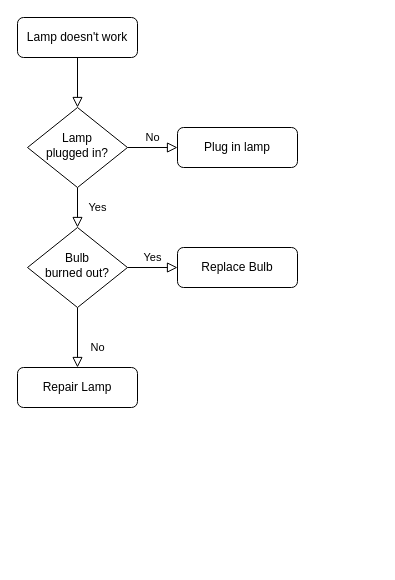
Earlier version of the draw.io diagram Untitled Diagram.drawio (ZYMASK/found-work-test). Source tidied: cells renumbered, new cells numbered last; positions are measured from the earlier drawing's top-left corner, leaving out a move shared by most shapes. Both pictures are drawn from the tidied source at 100%, with x=0, y=0 at pixel (17, 17).
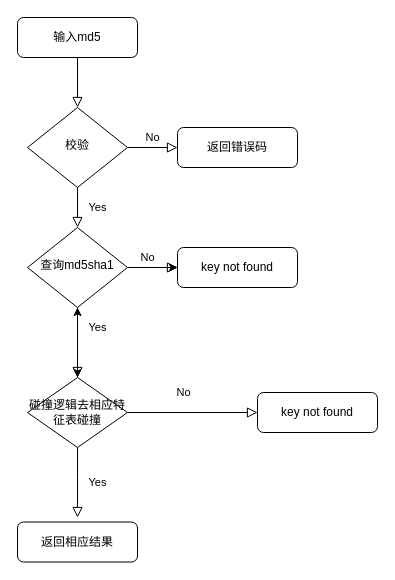
The same diagram, later.

The edit, as a diff of the source:
```diff
@@
-    <mxCell id="3" value="Lamp doesn't work" style="rounded=1;whiteSpace=wrap;html=1;fontSize=12;glass=0;strokeWidth=1;shadow=0;" parent="1" vertex="1">
+    <mxCell id="3" value="输入md5" style="rounded=1;whiteSpace=wrap;html=1;fontSize=12;glass=0;strokeWidth=1;shadow=0;" parent="1" vertex="1">
       <mxGeometry width="120" height="40" as="geometry" />
     </mxCell>
@@
-    <mxCell id="6" value="Lamp&lt;br&gt;plugged in?" style="rhombus;whiteSpace=wrap;html=1;shadow=0;fontFamily=Helvetica;fontSize=12;align=center;strokeWidth=1;spacing=6;spacingTop=-4;" parent="1" vertex="1">
+    <mxCell id="6" value="校验" style="rhombus;whiteSpace=wrap;html=1;shadow=0;fontFamily=Helvetica;fontSize=12;align=center;strokeWidth=1;spacing=6;spacingTop=-4;" parent="1" vertex="1">
       <mxGeometry x="10" y="90" width="100" height="80" as="geometry" />
     </mxCell>
-    <mxCell id="7" value="Plug in lamp" style="rounded=1;whiteSpace=wrap;html=1;fontSize=12;glass=0;strokeWidth=1;shadow=0;" parent="1" vertex="1">
+    <mxCell id="7" value="返回错误码" style="rounded=1;whiteSpace=wrap;html=1;fontSize=12;glass=0;strokeWidth=1;shadow=0;" parent="1" vertex="1">
       <mxGeometry x="160" y="110" width="120" height="40" as="geometry" />
     </mxCell>
-    <mxCell id="8" value="No" style="rounded=0;html=1;jettySize=auto;fontSize=11;endArrow=block;endFill=0;endSize=8;strokeWidth=1;shadow=0;labelBackgroundColor=none;edgeStyle=orthogonalEdgeStyle;" parent="1" edge="1" source="10" target="11">
-      <mxGeometry x="0.33" y="20" relative="1" as="geometry" />
+    <mxCell id="8" value="No" style="rounded=0;html=1;jettySize=auto;fontSize=11;endArrow=block;endFill=0;endSize=8;strokeWidth=1;shadow=0;labelBackgroundColor=none;edgeStyle=orthogonalEdgeStyle;" parent="1" edge="1" source="10">
+      <mxGeometry x="-1" y="86" relative="1" as="geometry">
+        <mxPoint x="60" y="360" as="targetPoint" />
+        <Array as="points">
+          <mxPoint x="60" y="340" />
+          <mxPoint x="60" y="340" />
+        </Array>
+        <mxPoint x="-16" y="-50" as="offset" />
+      </mxGeometry>
     </mxCell>
     <mxCell id="9" value="Yes" style="edgeStyle=orthogonalEdgeStyle;rounded=0;html=1;jettySize=auto;fontSize=11;endArrow=block;endFill=0;endSize=8;strokeWidth=1;shadow=0;labelBackgroundColor=none;" parent="1" edge="1" source="10" target="12">
-      <mxGeometry y="10" relative="1" as="geometry" />
+      <mxGeometry x="-1" y="-67" relative="1" as="geometry">
+        <mxPoint x="-30" y="-7" as="offset" />
+      </mxGeometry>
     </mxCell>
+    <mxCell id="13" style="edgeStyle=orthogonalEdgeStyle;rounded=0;jettySize=auto;html=1;" parent="1" edge="1" source="10" target="12">
+      <mxGeometry relative="1" as="geometry" />
+    </mxCell>
+    <mxCell id="14" style="edgeStyle=orthogonalEdgeStyle;rounded=0;jettySize=auto;html=1;shadow=0;fontFamily=Helvetica;" parent="1" edge="1" source="10" target="16">
+      <mxGeometry relative="1" as="geometry" />
+    </mxCell>
-    <mxCell id="10" value="Bulb&lt;br&gt;burned out?" style="rhombus;whiteSpace=wrap;html=1;shadow=0;fontFamily=Helvetica;fontSize=12;align=center;strokeWidth=1;spacing=6;spacingTop=-4;" parent="1" vertex="1">
+    <mxCell id="10" value="查询md5sha1" style="rhombus;whiteSpace=wrap;html=1;shadow=0;fontFamily=Helvetica;fontSize=12;align=center;strokeWidth=1;spacing=6;spacingTop=-4;" parent="1" vertex="1">
       <mxGeometry x="10" y="210" width="100" height="80" as="geometry" />
     </mxCell>
-    <mxCell id="11" value="Repair Lamp" style="rounded=1;whiteSpace=wrap;html=1;fontSize=12;glass=0;strokeWidth=1;shadow=0;" parent="1" vertex="1">
-      <mxGeometry y="350" width="120" height="40" as="geometry" />
-    </mxCell>
-    <mxCell id="12" value="Replace Bulb" style="rounded=1;whiteSpace=wrap;html=1;fontSize=12;glass=0;strokeWidth=1;shadow=0;" parent="1" vertex="1">
+    <mxCell id="12" value="key not found" style="rounded=1;whiteSpace=wrap;html=1;fontSize=12;glass=0;strokeWidth=1;shadow=0;" parent="1" vertex="1">
       <mxGeometry x="160" y="230" width="120" height="40" as="geometry" />
     </mxCell>
+    <mxCell id="15" style="edgeStyle=orthogonalEdgeStyle;rounded=0;jettySize=auto;html=1;shadow=0;fontFamily=Helvetica;" parent="1" edge="1" source="16" target="10">
+      <mxGeometry relative="1" as="geometry" />
+    </mxCell>
+    <mxCell id="16" value="碰撞逻辑去相应特征表碰撞" style="rhombus;whiteSpace=wrap;html=1;" parent="1" vertex="1">
+      <mxGeometry x="10" y="360" width="100" height="70" as="geometry" />
+    </mxCell>
+    <mxCell id="17" value="No" style="rounded=0;html=1;jettySize=auto;fontSize=11;endArrow=block;endFill=0;endSize=8;strokeWidth=1;shadow=0;labelBackgroundColor=none;edgeStyle=orthogonalEdgeStyle;exitX=1;exitY=0.5;exitDx=0;exitDy=0;" parent="1" edge="1" source="16">
+      <mxGeometry x="-0.14" y="20" relative="1" as="geometry">
+        <mxPoint x="240" y="395" as="targetPoint" />
+        <Array as="points">
+          <mxPoint x="240" y="395" />
+          <mxPoint x="240" y="395" />
+        </Array>
+      </mxGeometry>
+    </mxCell>
+    <mxCell id="18" value="key not found" style="rounded=1;whiteSpace=wrap;html=1;fontSize=12;glass=0;strokeWidth=1;shadow=0;" parent="1" vertex="1">
+      <mxGeometry x="240" y="375" width="120" height="40" as="geometry" />
+    </mxCell>
+    <mxCell id="19" value="Yes" style="rounded=0;html=1;jettySize=auto;fontSize=11;endArrow=block;endFill=0;endSize=8;strokeWidth=1;shadow=0;labelBackgroundColor=none;edgeStyle=orthogonalEdgeStyle;exitX=0.5;exitY=1;exitDx=0;exitDy=0;" parent="1" edge="1" source="16">
+      <mxGeometry y="20" relative="1" as="geometry">
+        <mxPoint x="60" y="500" as="targetPoint" />
+        <Array as="points">
+          <mxPoint x="60" y="460" />
+          <mxPoint x="60" y="460" />
+        </Array>
+      </mxGeometry>
+    </mxCell>
+    <mxCell id="20" value="返回相应结果" style="rounded=1;whiteSpace=wrap;html=1;fontSize=12;glass=0;strokeWidth=1;shadow=0;" parent="1" vertex="1">
+      <mxGeometry y="504.5" width="120" height="40" as="geometry" />
+    </mxCell>
```
